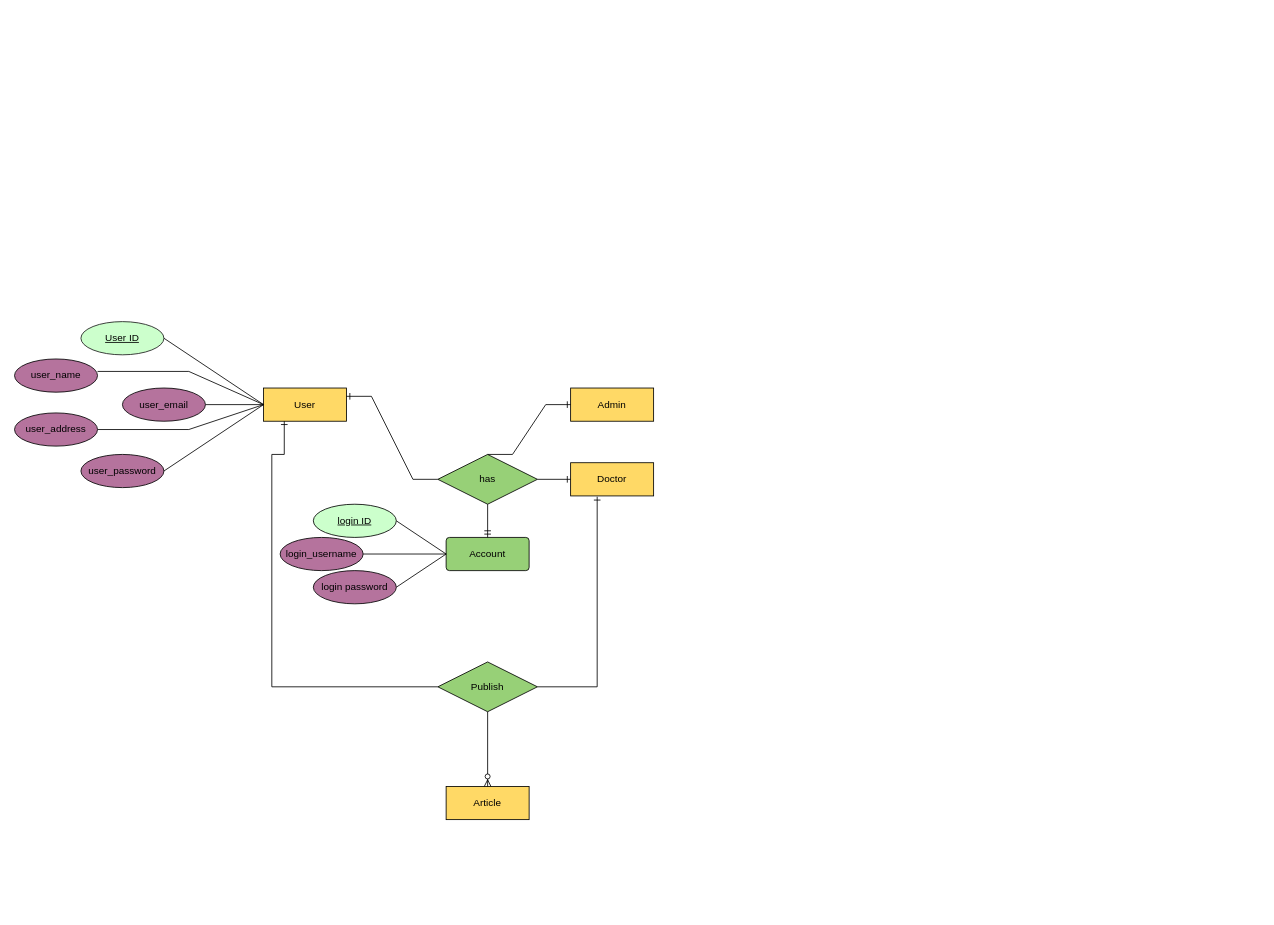
Above: page "Page-2" (2 of 3) of Untitled Diagram.drawio in iqran-s-star/My-Portfolio (draw.io), before the change. Source tidied: cells renumbered, new cells numbered last; positions are measured from the earlier drawing's top-left corner, leaving out a move shared by most shapes. Both pictures are drawn from the tidied source at 83%, with x=0, y=0 at pixel (14, 321).
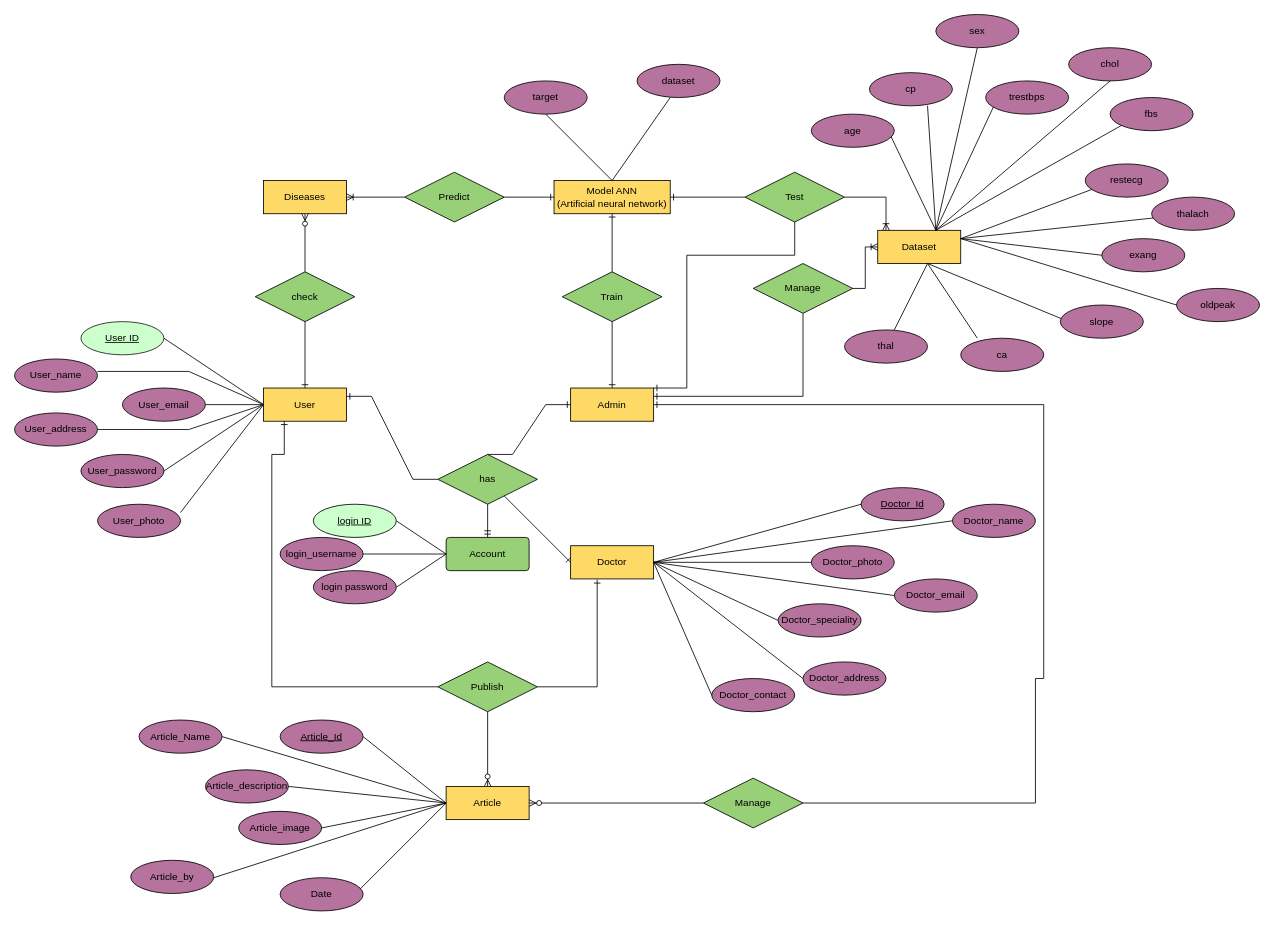
Above is the later version.

The change refers to these unchanged cells:
```xml
<mxCell id="2" value="Admin" style="whiteSpace=wrap;html=1;align=center;fillColor=#FFD966;" parent="1" vertex="1">
  <mxGeometry x="670" y="80" width="100" height="40" as="geometry" />
</mxCell>
<mxCell id="3" value="User" style="whiteSpace=wrap;html=1;align=center;fillColor=#FFD966;" parent="1" vertex="1">
  <mxGeometry x="300" y="80" width="100" height="40" as="geometry" />
</mxCell>
<mxCell id="29" value="Article" style="whiteSpace=wrap;html=1;align=center;fillColor=#FFD966;" parent="1" vertex="1">
  <mxGeometry x="520" y="560" width="100" height="40" as="geometry" />
</mxCell>
```

What changed in the source:
```diff
@@
-    <mxCell id="8" value="user_name" style="ellipse;whiteSpace=wrap;html=1;align=center;fillColor=#B5739D;" parent="1" vertex="1">
+    <mxCell id="8" value="User_name" style="ellipse;whiteSpace=wrap;html=1;align=center;fillColor=#B5739D;" parent="1" vertex="1">
       <mxGeometry y="45" width="100" height="40" as="geometry" />
     </mxCell>
-    <mxCell id="9" value="user_email" style="ellipse;whiteSpace=wrap;html=1;align=center;fillColor=#B5739D;" parent="1" vertex="1">
+    <mxCell id="9" value="User_email" style="ellipse;whiteSpace=wrap;html=1;align=center;fillColor=#B5739D;" parent="1" vertex="1">
       <mxGeometry x="130" y="80" width="100" height="40" as="geometry" />
     </mxCell>
@@
-    <mxCell id="11" value="user_address" style="ellipse;whiteSpace=wrap;html=1;align=center;fillColor=#B5739D;" parent="1" vertex="1">
+    <mxCell id="11" value="User_address" style="ellipse;whiteSpace=wrap;html=1;align=center;fillColor=#B5739D;" parent="1" vertex="1">
       <mxGeometry y="110" width="100" height="40" as="geometry" />
     </mxCell>
@@
-    <mxCell id="13" value="user_password" style="ellipse;whiteSpace=wrap;html=1;align=center;fillColor=#B5739D;" parent="1" vertex="1">
+    <mxCell id="13" value="User_password" style="ellipse;whiteSpace=wrap;html=1;align=center;fillColor=#B5739D;" parent="1" vertex="1">
       <mxGeometry x="80" y="160" width="100" height="40" as="geometry" />
     </mxCell>
@@
     <mxCell id="16" value="Doctor" style="whiteSpace=wrap;html=1;align=center;fillColor=#FFD966;" parent="1" vertex="1">
-      <mxGeometry x="670" y="170" width="100" height="40" as="geometry" />
+      <mxGeometry x="670" y="270" width="100" height="40" as="geometry" />
     </mxCell>
@@
+    <mxCell id="32" value="check" style="shape=rhombus;perimeter=rhombusPerimeter;whiteSpace=wrap;html=1;align=center;fillColor=#97D077;" parent="1" vertex="1">
+      <mxGeometry x="290" y="-60" width="120" height="60" as="geometry" />
+    </mxCell>
+    <mxCell id="33" value="Diseases" style="whiteSpace=wrap;html=1;align=center;fillColor=#FFD966;" parent="1" vertex="1">
+      <mxGeometry x="300" y="-170" width="100" height="40" as="geometry" />
+    </mxCell>
+    <mxCell id="34" value="Train" style="shape=rhombus;perimeter=rhombusPerimeter;whiteSpace=wrap;html=1;align=center;fillColor=#97D077;" parent="1" vertex="1">
+      <mxGeometry x="660" y="-60" width="120" height="60" as="geometry" />
+    </mxCell>
+    <mxCell id="35" value="Model ANN &lt;br&gt;(Artificial neural network)" style="whiteSpace=wrap;html=1;align=center;fillColor=#FFD966;" parent="1" vertex="1">
+      <mxGeometry x="650" y="-170" width="140" height="40" as="geometry" />
+    </mxCell>
+    <mxCell id="36" value="Predict" style="shape=rhombus;perimeter=rhombusPerimeter;whiteSpace=wrap;html=1;align=center;fillColor=#97D077;" parent="1" vertex="1">
+      <mxGeometry x="470" y="-180" width="120" height="60" as="geometry" />
+    </mxCell>
+    <mxCell id="37" style="fontSize=12;html=1;endArrow=ERone;endFill=1;rounded=0;exitX=0.5;exitY=1;exitDx=0;exitDy=0;" parent="1" edge="1" source="34" target="2">
+      <mxGeometry relative="1" as="geometry" />
+    </mxCell>
+    <mxCell id="38" style="fontSize=12;html=1;endArrow=ERone;endFill=1;rounded=0;entryX=0.5;entryY=1;entryDx=0;entryDy=0;" parent="1" edge="1" source="34" target="35">
+      <mxGeometry relative="1" as="geometry" />
+    </mxCell>
+    <mxCell id="39" style="fontSize=12;html=1;endArrow=ERone;endFill=1;rounded=0;entryX=0;entryY=0.5;entryDx=0;entryDy=0;exitX=1;exitY=0.5;exitDx=0;exitDy=0;" parent="1" edge="1" source="36" target="35">
+      <mxGeometry relative="1" as="geometry" />
+    </mxCell>
+    <mxCell id="40" style="fontSize=12;html=1;endArrow=ERoneToMany;rounded=0;entryX=1;entryY=0.5;entryDx=0;entryDy=0;" parent="1" edge="1" source="36" target="33">
+      <mxGeometry relative="1" as="geometry" />
+    </mxCell>
+    <mxCell id="41" style="fontSize=12;html=1;endArrow=ERone;endFill=1;rounded=0;exitX=0.5;exitY=1;exitDx=0;exitDy=0;entryX=0.5;entryY=0;entryDx=0;entryDy=0;" parent="1" edge="1" source="32" target="3">
+      <mxGeometry relative="1" as="geometry" />
+    </mxCell>
+    <mxCell id="42" style="fontSize=12;html=1;endArrow=ERzeroToMany;endFill=1;rounded=0;entryX=0.5;entryY=1;entryDx=0;entryDy=0;" parent="1" edge="1" source="32" target="33">
+      <mxGeometry relative="1" as="geometry" />
+    </mxCell>
+    <mxCell id="43" value="Manage" style="shape=rhombus;perimeter=rhombusPerimeter;whiteSpace=wrap;html=1;align=center;fillColor=#97D077;" parent="1" vertex="1">
+      <mxGeometry x="890" y="-70" width="120" height="60" as="geometry" />
+    </mxCell>
+    <mxCell id="44" value="Dataset" style="whiteSpace=wrap;html=1;align=center;fillColor=#FFD966;" parent="1" vertex="1">
+      <mxGeometry x="1040" y="-110" width="100" height="40" as="geometry" />
+    </mxCell>
+    <mxCell id="45" value="Test" style="shape=rhombus;perimeter=rhombusPerimeter;whiteSpace=wrap;html=1;align=center;fillColor=#97D077;" parent="1" vertex="1">
+      <mxGeometry x="880" y="-180" width="120" height="60" as="geometry" />
+    </mxCell>
+    <mxCell id="46" style="edgeStyle=orthogonalEdgeStyle;fontSize=12;html=1;endArrow=ERone;endFill=1;rounded=0;entryX=1;entryY=0;entryDx=0;entryDy=0;exitX=0.5;exitY=1;exitDx=0;exitDy=0;" parent="1" edge="1" source="45" target="2">
+      <mxGeometry relative="1" as="geometry">
+        <Array as="points">
+          <mxPoint x="940" y="-80" />
+          <mxPoint x="810" y="-80" />
+          <mxPoint x="810" y="80" />
+        </Array>
+      </mxGeometry>
+    </mxCell>
+    <mxCell id="47" style="fontSize=12;html=1;endArrow=ERone;endFill=1;rounded=0;entryX=1;entryY=0.5;entryDx=0;entryDy=0;exitX=0;exitY=0.5;exitDx=0;exitDy=0;" parent="1" edge="1" source="45" target="35">
+      <mxGeometry relative="1" as="geometry" />
+    </mxCell>
+    <mxCell id="48" style="edgeStyle=orthogonalEdgeStyle;fontSize=12;html=1;endArrow=ERoneToMany;rounded=0;exitX=1;exitY=0.5;exitDx=0;exitDy=0;" parent="1" edge="1" source="45">
+      <mxGeometry relative="1" as="geometry">
+        <mxPoint x="1050" y="-110" as="targetPoint" />
+        <Array as="points">
+          <mxPoint x="1050" y="-150" />
+          <mxPoint x="1050" y="-110" />
+        </Array>
+      </mxGeometry>
+    </mxCell>
+    <mxCell id="49" style="edgeStyle=orthogonalEdgeStyle;fontSize=12;html=1;endArrow=ERone;endFill=1;rounded=0;exitX=0.5;exitY=1;exitDx=0;exitDy=0;entryX=1;entryY=0.25;entryDx=0;entryDy=0;" parent="1" edge="1" source="43" target="2">
+      <mxGeometry relative="1" as="geometry">
+        <Array as="points">
+          <mxPoint x="950" y="90" />
+        </Array>
+      </mxGeometry>
+    </mxCell>
+    <mxCell id="50" style="fontSize=12;html=1;endArrow=ERoneToMany;rounded=0;exitX=1;exitY=0.5;exitDx=0;exitDy=0;entryX=0;entryY=0.5;entryDx=0;entryDy=0;edgeStyle=elbowEdgeStyle;" parent="1" edge="1" source="43" target="44">
+      <mxGeometry relative="1" as="geometry" />
+    </mxCell>
+    <mxCell id="51" style="endArrow=none;html=1;rounded=0;entryX=0;entryY=0.5;entryDx=0;entryDy=0;" parent="1" edge="1" target="52">
+      <mxGeometry relative="1" as="geometry">
+        <mxPoint x="770" y="290" as="sourcePoint" />
+      </mxGeometry>
+    </mxCell>
+    <mxCell id="52" value="Doctor_name" style="ellipse;whiteSpace=wrap;html=1;align=center;fillColor=#B5739D;" parent="1" vertex="1">
+      <mxGeometry x="1130" y="220" width="100" height="40" as="geometry" />
+    </mxCell>
+    <mxCell id="53" value="Doctor_Id" style="ellipse;whiteSpace=wrap;html=1;align=center;fontStyle=4;fillColor=#B5739D;" parent="1" vertex="1">
+      <mxGeometry x="1020" y="200" width="100" height="40" as="geometry" />
+    </mxCell>
+    <mxCell id="54" style="endArrow=none;html=1;rounded=0;entryX=0;entryY=0.5;entryDx=0;entryDy=0;" parent="1" edge="1" target="53">
+      <mxGeometry relative="1" as="geometry">
+        <mxPoint x="770" y="290" as="sourcePoint" />
+      </mxGeometry>
+    </mxCell>
+    <mxCell id="55" style="endArrow=none;html=1;rounded=0;entryX=0;entryY=0.5;entryDx=0;entryDy=0;" parent="1" edge="1" target="56">
+      <mxGeometry relative="1" as="geometry">
+        <mxPoint x="770" y="290" as="sourcePoint" />
+      </mxGeometry>
+    </mxCell>
+    <mxCell id="56" value="Doctor_email" style="ellipse;whiteSpace=wrap;html=1;align=center;fillColor=#B5739D;" parent="1" vertex="1">
+      <mxGeometry x="1060" y="310" width="100" height="40" as="geometry" />
+    </mxCell>
+    <mxCell id="57" style="endArrow=none;html=1;rounded=0;entryX=0;entryY=0.5;entryDx=0;entryDy=0;" parent="1" edge="1" target="58">
+      <mxGeometry relative="1" as="geometry">
+        <mxPoint x="770" y="290" as="sourcePoint" />
+      </mxGeometry>
+    </mxCell>
+    <mxCell id="58" value="Doctor_address" style="ellipse;whiteSpace=wrap;html=1;align=center;fillColor=#B5739D;" parent="1" vertex="1">
+      <mxGeometry x="950" y="410" width="100" height="40" as="geometry" />
+    </mxCell>
+    <mxCell id="59" style="endArrow=none;html=1;rounded=0;entryX=0;entryY=0.5;entryDx=0;entryDy=0;" parent="1" edge="1" target="60">
+      <mxGeometry relative="1" as="geometry">
+        <mxPoint x="770" y="290" as="sourcePoint" />
+      </mxGeometry>
+    </mxCell>
+    <mxCell id="60" value="Doctor_speciality" style="ellipse;whiteSpace=wrap;html=1;align=center;fillColor=#B5739D;" parent="1" vertex="1">
+      <mxGeometry x="920" y="340" width="100" height="40" as="geometry" />
+    </mxCell>
+    <mxCell id="61" style="endArrow=none;html=1;rounded=0;entryX=0;entryY=0.5;entryDx=0;entryDy=0;exitX=1;exitY=0.5;exitDx=0;exitDy=0;" parent="1" edge="1" source="16" target="62">
+      <mxGeometry relative="1" as="geometry" />
+    </mxCell>
+    <mxCell id="62" value="Doctor_contact" style="ellipse;whiteSpace=wrap;html=1;align=center;fillColor=#B5739D;" parent="1" vertex="1">
+      <mxGeometry x="840" y="430" width="100" height="40" as="geometry" />
+    </mxCell>
+    <mxCell id="63" value="Manage" style="shape=rhombus;perimeter=rhombusPerimeter;whiteSpace=wrap;html=1;align=center;fillColor=#97D077;" parent="1" vertex="1">
+      <mxGeometry x="830" y="550" width="120" height="60" as="geometry" />
+    </mxCell>
+    <mxCell id="64" style="edgeStyle=orthogonalEdgeStyle;fontSize=12;html=1;endArrow=ERone;endFill=1;rounded=0;entryX=1;entryY=0.5;entryDx=0;entryDy=0;exitX=1;exitY=0.5;exitDx=0;exitDy=0;" parent="1" edge="1" source="63" target="2">
+      <mxGeometry relative="1" as="geometry">
+        <Array as="points">
+          <mxPoint x="1230" y="580" />
+          <mxPoint x="1230" y="430" />
+          <mxPoint x="1240" y="430" />
+          <mxPoint x="1240" y="100" />
+        </Array>
+      </mxGeometry>
+    </mxCell>
+    <mxCell id="65" style="fontSize=12;html=1;endArrow=ERzeroToMany;endFill=1;rounded=0;entryX=1;entryY=0.5;entryDx=0;entryDy=0;exitX=0;exitY=0.5;exitDx=0;exitDy=0;" parent="1" edge="1" source="63" target="29">
+      <mxGeometry relative="1" as="geometry" />
+    </mxCell>
+    <mxCell id="66" style="endArrow=none;html=1;rounded=0;exitX=1;exitY=0.5;exitDx=0;exitDy=0;" parent="1" edge="1" source="67">
+      <mxGeometry relative="1" as="geometry">
+        <mxPoint x="520" y="580" as="targetPoint" />
+      </mxGeometry>
+    </mxCell>
+    <mxCell id="67" value="Article_Id" style="ellipse;whiteSpace=wrap;html=1;align=center;fontStyle=4;fillColor=#B5739D;" parent="1" vertex="1">
+      <mxGeometry x="320" y="480" width="100" height="40" as="geometry" />
+    </mxCell>
+    <mxCell id="68" style="endArrow=none;html=1;rounded=0;exitX=1;exitY=0.5;exitDx=0;exitDy=0;" parent="1" edge="1" source="69">
+      <mxGeometry relative="1" as="geometry">
+        <mxPoint x="520" y="580" as="targetPoint" />
+      </mxGeometry>
+    </mxCell>
+    <mxCell id="69" value="Article_Name" style="ellipse;whiteSpace=wrap;html=1;align=center;fillColor=#B5739D;" parent="1" vertex="1">
+      <mxGeometry x="150" y="480" width="100" height="40" as="geometry" />
+    </mxCell>
+    <mxCell id="70" style="endArrow=none;html=1;rounded=0;exitX=1;exitY=0.5;exitDx=0;exitDy=0;" parent="1" edge="1" source="71">
+      <mxGeometry relative="1" as="geometry">
+        <mxPoint x="520" y="580" as="targetPoint" />
+      </mxGeometry>
+    </mxCell>
+    <mxCell id="71" value="Article_description" style="ellipse;whiteSpace=wrap;html=1;align=center;fillColor=#B5739D;" parent="1" vertex="1">
+      <mxGeometry x="230" y="540" width="100" height="40" as="geometry" />
+    </mxCell>
+    <mxCell id="72" style="endArrow=none;html=1;rounded=0;" parent="1" edge="1">
+      <mxGeometry relative="1" as="geometry">
+        <mxPoint x="370" y="610" as="sourcePoint" />
+        <mxPoint x="520" y="580" as="targetPoint" />
+      </mxGeometry>
+    </mxCell>
+    <mxCell id="73" value="Article_image" style="ellipse;whiteSpace=wrap;html=1;align=center;fillColor=#B5739D;" parent="1" vertex="1">
+      <mxGeometry x="270" y="590" width="100" height="40" as="geometry" />
+    </mxCell>
+    <mxCell id="74" style="endArrow=none;html=1;rounded=0;" parent="1" edge="1" target="75">
+      <mxGeometry relative="1" as="geometry">
+        <mxPoint x="770" y="290" as="sourcePoint" />
+      </mxGeometry>
+    </mxCell>
+    <mxCell id="75" value="Doctor_photo" style="ellipse;whiteSpace=wrap;html=1;align=center;fillColor=#B5739D;" parent="1" vertex="1">
+      <mxGeometry x="960" y="270" width="100" height="40" as="geometry" />
+    </mxCell>
+    <mxCell id="76" style="endArrow=none;html=1;rounded=0;" parent="1" edge="1">
+      <mxGeometry relative="1" as="geometry">
+        <mxPoint x="410" y="690" as="sourcePoint" />
+        <mxPoint x="520" y="580" as="targetPoint" />
+      </mxGeometry>
+    </mxCell>
+    <mxCell id="77" value="Date" style="ellipse;whiteSpace=wrap;html=1;align=center;fillColor=#B5739D;" parent="1" vertex="1">
+      <mxGeometry x="320" y="670" width="100" height="40" as="geometry" />
+    </mxCell>
+    <mxCell id="78" style="endArrow=none;html=1;rounded=0;" parent="1" edge="1">
+      <mxGeometry relative="1" as="geometry">
+        <mxPoint x="240" y="670" as="sourcePoint" />
+        <mxPoint x="520" y="580" as="targetPoint" />
+      </mxGeometry>
+    </mxCell>
+    <mxCell id="79" value="Article_by" style="ellipse;whiteSpace=wrap;html=1;align=center;fillColor=#B5739D;" parent="1" vertex="1">
+      <mxGeometry x="140" y="649" width="100" height="40" as="geometry" />
+    </mxCell>
+    <mxCell id="80" style="endArrow=none;html=1;rounded=0;" parent="1" edge="1">
+      <mxGeometry relative="1" as="geometry">
+        <mxPoint x="200" y="230" as="sourcePoint" />
+        <mxPoint x="300" y="100" as="targetPoint" />
+      </mxGeometry>
+    </mxCell>
+    <mxCell id="81" value="User_photo" style="ellipse;whiteSpace=wrap;html=1;align=center;fillColor=#B5739D;" parent="1" vertex="1">
+      <mxGeometry x="100" y="220" width="100" height="40" as="geometry" />
+    </mxCell>
+    <mxCell id="82" style="endArrow=none;html=1;rounded=0;entryX=0.96;entryY=0.675;entryDx=0;entryDy=0;entryPerimeter=0;" parent="1" edge="1" target="95">
+      <mxGeometry relative="1" as="geometry">
+        <mxPoint x="1110" y="-110" as="sourcePoint" />
+      </mxGeometry>
+    </mxCell>
+    <mxCell id="83" style="endArrow=none;html=1;rounded=0;" parent="1" edge="1">
+      <mxGeometry relative="1" as="geometry">
+        <mxPoint x="1110" y="-110" as="sourcePoint" />
+        <mxPoint x="1100" y="-260" as="targetPoint" />
+      </mxGeometry>
+    </mxCell>
+    <mxCell id="84" style="endArrow=none;html=1;rounded=0;" parent="1" edge="1">
+      <mxGeometry relative="1" as="geometry">
+        <mxPoint x="1110" y="-110" as="sourcePoint" />
+        <mxPoint x="1180" y="-260" as="targetPoint" />
+      </mxGeometry>
+    </mxCell>
+    <mxCell id="85" style="endArrow=none;html=1;rounded=0;" parent="1" edge="1">
+      <mxGeometry relative="1" as="geometry">
+        <mxPoint x="1110" y="-110" as="sourcePoint" />
+        <mxPoint x="1320" y="-290" as="targetPoint" />
+      </mxGeometry>
+    </mxCell>
+    <mxCell id="86" style="endArrow=none;html=1;rounded=0;" parent="1" edge="1">
+      <mxGeometry relative="1" as="geometry">
+        <mxPoint x="1110" y="-110" as="sourcePoint" />
+        <mxPoint x="1160" y="-330" as="targetPoint" />
+      </mxGeometry>
+    </mxCell>
+    <mxCell id="87" style="endArrow=none;html=1;rounded=0;" parent="1" edge="1">
+      <mxGeometry relative="1" as="geometry">
+        <mxPoint x="1110" y="-110" as="sourcePoint" />
+        <mxPoint x="1340" y="-240" as="targetPoint" />
+      </mxGeometry>
+    </mxCell>
+    <mxCell id="88" style="endArrow=none;html=1;rounded=0;exitX=1;exitY=0.25;exitDx=0;exitDy=0;" parent="1" edge="1" source="44">
+      <mxGeometry relative="1" as="geometry">
+        <mxPoint x="1300" y="-160" as="targetPoint" />
+      </mxGeometry>
+    </mxCell>
+    <mxCell id="89" style="endArrow=none;html=1;rounded=0;" parent="1" edge="1" target="102">
+      <mxGeometry relative="1" as="geometry">
+        <mxPoint x="1140" y="-100" as="sourcePoint" />
+      </mxGeometry>
+    </mxCell>
+    <mxCell id="90" style="endArrow=none;html=1;rounded=0;entryX=0;entryY=0.5;entryDx=0;entryDy=0;" parent="1" edge="1" target="103">
+      <mxGeometry relative="1" as="geometry">
+        <mxPoint x="1140" y="-100" as="sourcePoint" />
+      </mxGeometry>
+    </mxCell>
+    <mxCell id="91" style="endArrow=none;html=1;rounded=0;" parent="1" edge="1">
+      <mxGeometry relative="1" as="geometry">
+        <mxPoint x="1140" y="-100" as="sourcePoint" />
+        <mxPoint x="1400" y="-20" as="targetPoint" />
+      </mxGeometry>
+    </mxCell>
+    <mxCell id="92" style="endArrow=none;html=1;rounded=0;" parent="1" edge="1">
+      <mxGeometry relative="1" as="geometry">
+        <mxPoint x="1060" y="10" as="sourcePoint" />
+        <mxPoint x="1100" y="-70" as="targetPoint" />
+      </mxGeometry>
+    </mxCell>
+    <mxCell id="93" style="endArrow=none;html=1;rounded=0;" parent="1" edge="1">
+      <mxGeometry relative="1" as="geometry">
+        <mxPoint x="1100" y="-70" as="sourcePoint" />
+        <mxPoint x="1270" as="targetPoint" />
+      </mxGeometry>
+    </mxCell>
+    <mxCell id="94" style="endArrow=none;html=1;rounded=0;" parent="1" edge="1">
+      <mxGeometry relative="1" as="geometry">
+        <mxPoint x="1100" y="-70" as="sourcePoint" />
+        <mxPoint x="1160" y="20" as="targetPoint" />
+      </mxGeometry>
+    </mxCell>
+    <mxCell id="95" value="age" style="ellipse;whiteSpace=wrap;html=1;align=center;fillColor=#B5739D;" parent="1" vertex="1">
+      <mxGeometry x="960" y="-250" width="100" height="40" as="geometry" />
+    </mxCell>
+    <mxCell id="96" value="cp" style="ellipse;whiteSpace=wrap;html=1;align=center;fillColor=#B5739D;" parent="1" vertex="1">
+      <mxGeometry x="1030" y="-300" width="100" height="40" as="geometry" />
+    </mxCell>
+    <mxCell id="97" value="sex" style="ellipse;whiteSpace=wrap;html=1;align=center;fillColor=#B5739D;" parent="1" vertex="1">
+      <mxGeometry x="1110" y="-370" width="100" height="40" as="geometry" />
+    </mxCell>
+    <mxCell id="98" value="trestbps" style="ellipse;whiteSpace=wrap;html=1;align=center;fillColor=#B5739D;" parent="1" vertex="1">
+      <mxGeometry x="1170" y="-290" width="100" height="40" as="geometry" />
+    </mxCell>
+    <mxCell id="99" value="chol" style="ellipse;whiteSpace=wrap;html=1;align=center;fillColor=#B5739D;" parent="1" vertex="1">
+      <mxGeometry x="1270" y="-330" width="100" height="40" as="geometry" />
+    </mxCell>
+    <mxCell id="100" value="fbs" style="ellipse;whiteSpace=wrap;html=1;align=center;fillColor=#B5739D;" parent="1" vertex="1">
+      <mxGeometry x="1320" y="-270" width="100" height="40" as="geometry" />
+    </mxCell>
+    <mxCell id="101" value="restecg" style="ellipse;whiteSpace=wrap;html=1;align=center;fillColor=#B5739D;" parent="1" vertex="1">
+      <mxGeometry x="1290" y="-190" width="100" height="40" as="geometry" />
+    </mxCell>
+    <mxCell id="102" value="thalach" style="ellipse;whiteSpace=wrap;html=1;align=center;fillColor=#B5739D;" parent="1" vertex="1">
+      <mxGeometry x="1370" y="-150" width="100" height="40" as="geometry" />
+    </mxCell>
+    <mxCell id="103" value="exang" style="ellipse;whiteSpace=wrap;html=1;align=center;fillColor=#B5739D;" parent="1" vertex="1">
+      <mxGeometry x="1310" y="-100" width="100" height="40" as="geometry" />
+    </mxCell>
+    <mxCell id="104" value="oldpeak" style="ellipse;whiteSpace=wrap;html=1;align=center;fillColor=#B5739D;" parent="1" vertex="1">
+      <mxGeometry x="1400" y="-40" width="100" height="40" as="geometry" />
+    </mxCell>
+    <mxCell id="105" value="slope" style="ellipse;whiteSpace=wrap;html=1;align=center;fillColor=#B5739D;" parent="1" vertex="1">
+      <mxGeometry x="1260" y="-20" width="100" height="40" as="geometry" />
+    </mxCell>
+    <mxCell id="106" value="ca" style="ellipse;whiteSpace=wrap;html=1;align=center;fillColor=#B5739D;" parent="1" vertex="1">
+      <mxGeometry x="1140" y="20" width="100" height="40" as="geometry" />
+    </mxCell>
+    <mxCell id="107" value="thal" style="ellipse;whiteSpace=wrap;html=1;align=center;fillColor=#B5739D;" parent="1" vertex="1">
+      <mxGeometry x="1000" y="10" width="100" height="40" as="geometry" />
+    </mxCell>
+    <mxCell id="108" style="endArrow=none;html=1;rounded=0;" parent="1" edge="1">
+      <mxGeometry relative="1" as="geometry">
+        <mxPoint x="720" y="-170" as="sourcePoint" />
+        <mxPoint x="790" y="-270" as="targetPoint" />
+      </mxGeometry>
+    </mxCell>
+    <mxCell id="109" style="endArrow=none;html=1;rounded=0;" parent="1" edge="1">
+      <mxGeometry relative="1" as="geometry">
+        <mxPoint x="640" y="-250" as="sourcePoint" />
+        <mxPoint x="720" y="-170" as="targetPoint" />
+      </mxGeometry>
+    </mxCell>
+    <mxCell id="110" value="target" style="ellipse;whiteSpace=wrap;html=1;align=center;fillColor=#B5739D;" parent="1" vertex="1">
+      <mxGeometry x="590" y="-290" width="100" height="40" as="geometry" />
+    </mxCell>
+    <mxCell id="111" value="dataset" style="ellipse;whiteSpace=wrap;html=1;align=center;fillColor=#B5739D;" parent="1" vertex="1">
+      <mxGeometry x="750" y="-310" width="100" height="40" as="geometry" />
+    </mxCell>
```
